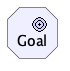
Above: doc/elements/motivation-goal.plantuml.png in SixArm/archimate-examples (PlantUML), before the change.
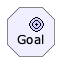
The same file after the commit.

What changed in the source:
```diff
@@ -1,4 +1,4 @@
 @startuml
-!include <archimate/Archimate>
+!include ../../Archimate.puml
 Motivation_Goal(Goal, "Goal")
 @enduml
```
